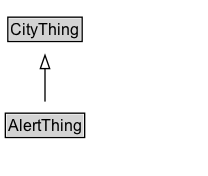
This is docs/diagrams/AlertThing.dot.png from ISO-TC204/ontology-cdm-p2-v1, a Graphviz export, as it was before one commit. Its source is kept beside it as docs/diagrams/AlertThing.dot.
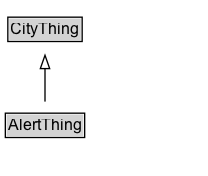
The same diagram one commit later.

Diff of the diagram source:
```diff
@@ -3,13 +3,16 @@
 	node [fontname=Arial fontsize=12 margin=0 shape=none]
 	edge [fontname=Arial fontsize=11]
 	{
+		rank=source
+		CityThing [label=<<TABLE BORDER="1" CELLBORDER="0" CELLSPACING="0" CELLPADDING="1"><TR><TD BGCOLOR="lightgray" ALIGN="CENTER">CityThing</TD></TR></TABLE>> URL="../CityThing" margin=0]
+	}
+	AlertThing [label=<<TABLE BORDER="1" CELLBORDER="0" CELLSPACING="0" CELLPADDING="1"><TR><TD BGCOLOR="lightgray" ALIGN="CENTER">AlertThing</TD></TR></TABLE>> URL="../AlertThing" margin=0]
+	{
 		rank=max
-		AlertThing [label=<<TABLE BORDER="1" CELLBORDER="0" CELLSPACING="0" CELLPADDING="1"><TR><TD BGCOLOR="lightgray" ALIGN="CENTER" PORT="e">AlertThing</TD></TR></TABLE>> URL="../AlertThing.md" margin=0]
 	}
 	subgraph cluster_associated {
 		label="" style=invis
 		Invis [label=<<TABLE BORDER="0" CELLBORDER="0" CELLSPACING="0" CELLPADDING="1"><TR><TD></TD></TR></TABLE>> margin=0 style=invis]
 	}
-	CityThing [label=<<TABLE BORDER="1" CELLBORDER="0" CELLSPACING="0" CELLPADDING="1"><TR><TD BGCOLOR="lightgray" ALIGN="CENTER">CityThing</TD></TR></TABLE>> URL="../CityThing.md" margin=0]
 	AlertThing -> CityThing [arrowhead=onormal style=solid]
 }
```
